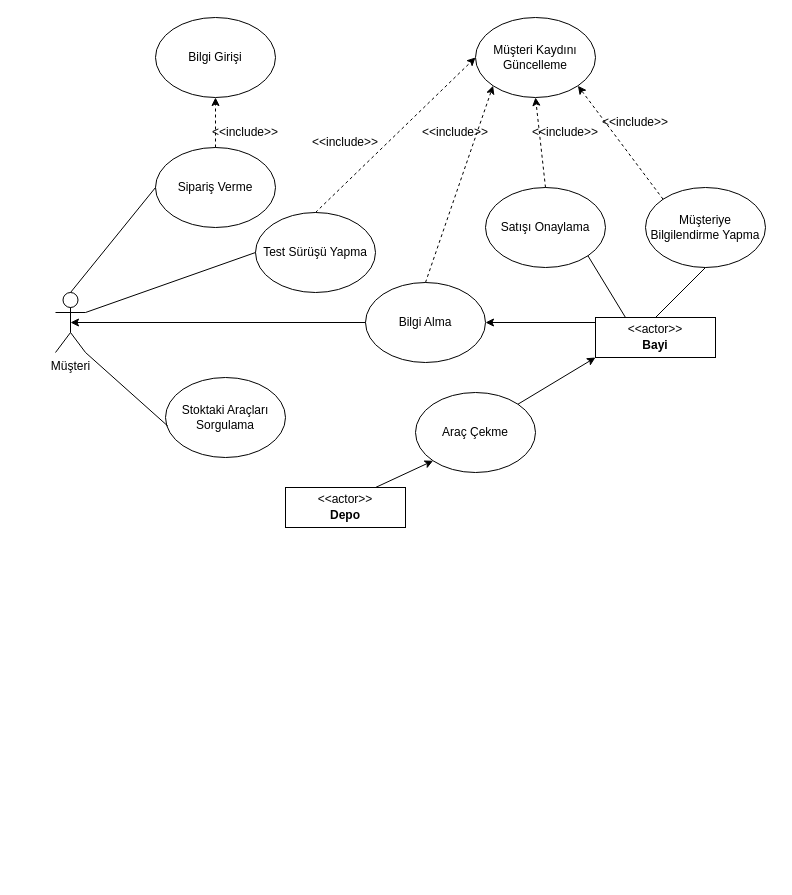
This is diagrams/kullanim_senaryo.drawio from Ahmet-MahirDEMIRELLI/Birinci_El_Arac_Satis_Bilgi_Sistemi, a draw.io file, before an edit. Source tidied: cells renumbered, new cells numbered last; positions are measured from the earlier drawing's top-left corner, leaving out a move shared by most shapes. Both pictures are drawn from the tidied source at 100%, with x=0, y=0 at pixel (55, 17).
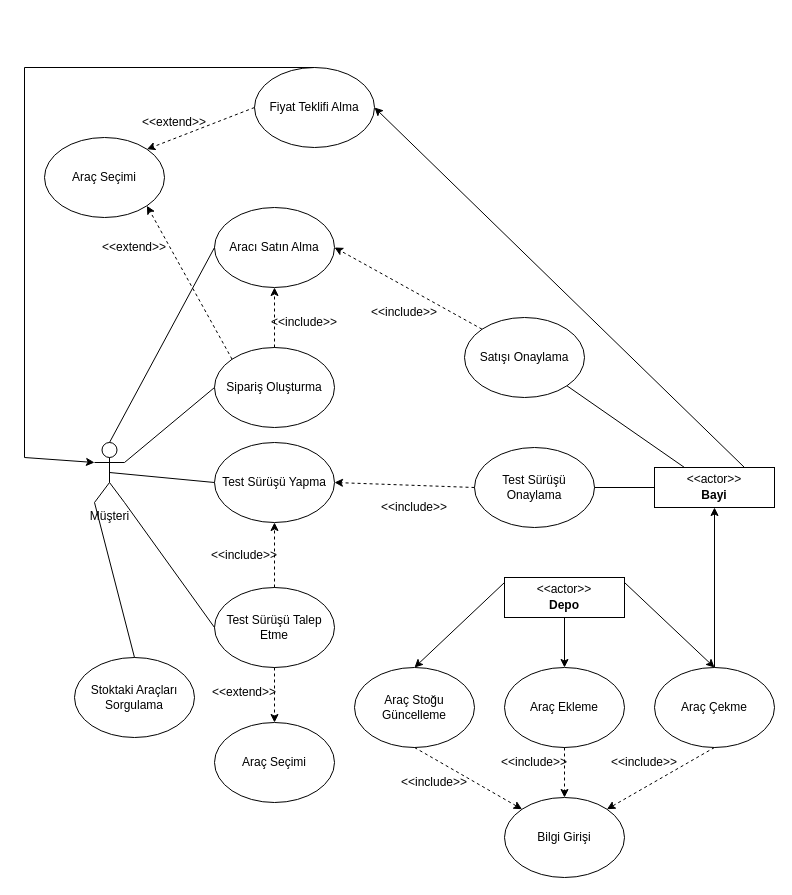
Above is the later version.

The change refers to these unchanged cells:
```xml
<mxCell id="32" value="&amp;lt;&amp;lt;actor&amp;gt;&amp;gt;" style="html=1;align=center;spacing=0;verticalAlign=middle;strokeColor=none;fillColor=none;whiteSpace=wrap;spacingTop=3;" parent="31" vertex="1">
  <mxGeometry width="120" height="20" as="geometry" />
</mxCell>
<mxCell id="33" value="Bayi" style="html=1;align=center;spacing=0;verticalAlign=middle;strokeColor=none;fillColor=none;whiteSpace=wrap;spacingBottom=4;fontStyle=1;" parent="31" vertex="1">
  <mxGeometry y="20" width="120" height="20" as="geometry" />
</mxCell>
<mxCell id="35" value="&amp;lt;&amp;lt;actor&amp;gt;&amp;gt;" style="html=1;align=center;spacing=0;verticalAlign=middle;strokeColor=none;fillColor=none;whiteSpace=wrap;spacingTop=3;" parent="34" vertex="1">
  <mxGeometry width="120" height="20" as="geometry" />
</mxCell>
<mxCell id="36" value="Depo" style="html=1;align=center;spacing=0;verticalAlign=middle;strokeColor=none;fillColor=none;whiteSpace=wrap;spacingBottom=4;fontStyle=1;" parent="34" vertex="1">
  <mxGeometry y="20" width="120" height="20" as="geometry" />
</mxCell>
```

Diff of the diagram source:
```diff
@@
     <mxCell id="2" value="Müşteri" style="shape=umlActor;verticalLabelPosition=bottom;verticalAlign=top;html=1;outlineConnect=0;textShadow=0;" parent="1" vertex="1">
-      <mxGeometry y="275" width="30" height="60" as="geometry" />
+      <mxGeometry x="39" y="425" width="30" height="60" as="geometry" />
     </mxCell>
     <mxCell id="3" value="Stoktaki Araçları Sorgulama" style="ellipse;whiteSpace=wrap;html=1;" parent="1" vertex="1">
-      <mxGeometry x="110" y="360" width="120" height="80" as="geometry" />
+      <mxGeometry x="19" y="640" width="120" height="80" as="geometry" />
     </mxCell>
-    <mxCell id="4" value="Sipariş Verme" style="ellipse;whiteSpace=wrap;html=1;" parent="1" vertex="1">
-      <mxGeometry x="100" y="130" width="120" height="80" as="geometry" />
+    <mxCell id="4" value="Sipariş Oluşturma" style="ellipse;whiteSpace=wrap;html=1;" parent="1" vertex="1">
+      <mxGeometry x="159" y="330" width="120" height="80" as="geometry" />
     </mxCell>
     <mxCell id="5" value="Araç Çekme" style="ellipse;whiteSpace=wrap;html=1;" parent="1" vertex="1">
-      <mxGeometry x="360" y="375" width="120" height="80" as="geometry" />
+      <mxGeometry x="599" y="650" width="120" height="80" as="geometry" />
     </mxCell>
-    <mxCell id="6" style="endArrow=classic;html=1;rounded=0;exitX=0.75;exitY=0;exitDx=0;exitDy=0;entryX=0;entryY=1;entryDx=0;entryDy=0;" parent="1" edge="1" source="35" target="5">
+    <mxCell id="6" style="endArrow=classic;html=1;rounded=0;exitX=1;exitY=0.25;exitDx=0;exitDy=0;entryX=0.5;entryY=0;entryDx=0;entryDy=0;" parent="1" edge="1" source="35" target="5">
       <mxGeometry relative="1" as="geometry" />
     </mxCell>
-    <mxCell id="7" style="endArrow=classic;html=1;rounded=0;exitX=1;exitY=0;exitDx=0;exitDy=0;entryX=0;entryY=1;entryDx=0;entryDy=0;" parent="1" edge="1" source="5" target="33">
+    <mxCell id="7" style="endArrow=classic;html=1;rounded=0;exitX=0.5;exitY=0;exitDx=0;exitDy=0;entryX=0.5;entryY=1;entryDx=0;entryDy=0;" parent="1" edge="1" source="5" target="33">
       <mxGeometry relative="1" as="geometry" />
     </mxCell>
-    <mxCell id="8" value="Müşteriye Bilgilendirme Yapma" style="ellipse;whiteSpace=wrap;html=1;" parent="1" vertex="1">
-      <mxGeometry x="590" y="170" width="120" height="80" as="geometry" />
-    </mxCell>
-    <mxCell id="9" style="endArrow=none;html=1;rounded=0;entryX=0.5;entryY=0;entryDx=0;entryDy=0;exitX=0.5;exitY=1;exitDx=0;exitDy=0;" parent="1" edge="1" source="8" target="32">
-      <mxGeometry relative="1" as="geometry" />
-    </mxCell>
-    <mxCell id="10" style="endArrow=none;html=1;rounded=0;exitX=1;exitY=1;exitDx=0;exitDy=0;exitPerimeter=0;entryX=0.02;entryY=0.608;entryDx=0;entryDy=0;entryPerimeter=0;" parent="1" edge="1" source="2" target="3">
+    <mxCell id="10" style="endArrow=none;html=1;rounded=0;exitX=0;exitY=1;exitDx=0;exitDy=0;exitPerimeter=0;entryX=0.5;entryY=0;entryDx=0;entryDy=0;" parent="1" edge="1" source="2" target="3">
       <mxGeometry relative="1" as="geometry" />
     </mxCell>
-    <mxCell id="11" style="endArrow=none;html=1;rounded=0;exitX=0.5;exitY=0;exitDx=0;exitDy=0;exitPerimeter=0;entryX=0;entryY=0.5;entryDx=0;entryDy=0;" parent="1" edge="1" source="2" target="4">
+    <mxCell id="11" style="endArrow=none;html=1;rounded=0;exitX=1;exitY=0.3333333333333333;exitDx=0;exitDy=0;exitPerimeter=0;entryX=0;entryY=0.5;entryDx=0;entryDy=0;" parent="1" edge="1" source="2" target="4">
       <mxGeometry relative="1" as="geometry" />
     </mxCell>
-    <mxCell id="12" value="Bilgi Alma" style="ellipse;whiteSpace=wrap;html=1;" parent="1" vertex="1">
-      <mxGeometry x="310" y="265" width="120" height="80" as="geometry" />
-    </mxCell>
-    <mxCell id="13" style="endArrow=classic;html=1;rounded=0;exitX=0;exitY=0.25;exitDx=0;exitDy=0;entryX=1;entryY=0.5;entryDx=0;entryDy=0;" parent="1" edge="1" source="32" target="12">
-      <mxGeometry relative="1" as="geometry" />
-    </mxCell>
-    <mxCell id="14" style="endArrow=classic;html=1;rounded=0;exitX=0;exitY=0.5;exitDx=0;exitDy=0;entryX=0.5;entryY=0.5;entryDx=0;entryDy=0;entryPerimeter=0;" parent="1" edge="1" source="12" target="2">
-      <mxGeometry relative="1" as="geometry" />
-    </mxCell>
     <mxCell id="15" value="Test Sürüşü Yapma" style="ellipse;whiteSpace=wrap;html=1;" parent="1" vertex="1">
-      <mxGeometry x="200" y="195" width="120" height="80" as="geometry" />
+      <mxGeometry x="159" y="425" width="120" height="80" as="geometry" />
     </mxCell>
-    <mxCell id="16" value="Müşteri Kaydını Güncelleme" style="ellipse;whiteSpace=wrap;html=1;" parent="1" vertex="1">
-      <mxGeometry x="420" width="120" height="80" as="geometry" />
-    </mxCell>
-    <mxCell id="17" style="endArrow=none;html=1;rounded=0;exitX=1;exitY=0.3333333333333333;exitDx=0;exitDy=0;exitPerimeter=0;entryX=0;entryY=0.5;entryDx=0;entryDy=0;" parent="1" edge="1" source="2" target="15">
+    <mxCell id="17" style="endArrow=none;html=1;rounded=0;exitX=0.5;exitY=0.5;exitDx=0;exitDy=0;exitPerimeter=0;entryX=0;entryY=0.5;entryDx=0;entryDy=0;" parent="1" edge="1" source="2" target="15">
       <mxGeometry relative="1" as="geometry" />
     </mxCell>
-    <mxCell id="18" value="Bilgi Girişi" style="ellipse;whiteSpace=wrap;html=1;" parent="1" vertex="1">
-      <mxGeometry x="100" width="120" height="80" as="geometry" />
-    </mxCell>
-    <mxCell id="19" value="&amp;lt;&amp;lt;include&amp;gt;&amp;gt;" style="text;html=1;align=center;verticalAlign=middle;whiteSpace=wrap;rounded=0;" parent="1" vertex="1">
-      <mxGeometry x="160" y="100" width="60" height="30" as="geometry" />
-    </mxCell>
     <mxCell id="20" value="Satışı Onaylama" style="ellipse;whiteSpace=wrap;html=1;" parent="1" vertex="1">
-      <mxGeometry x="430" y="170" width="120" height="80" as="geometry" />
+      <mxGeometry x="409" y="300" width="120" height="80" as="geometry" />
     </mxCell>
@@
-    <mxCell id="22" style="html=1;labelBackgroundColor=#ffffff;startArrow=none;startFill=0;startSize=6;endArrow=classic;endFill=1;endSize=6;jettySize=auto;strokeWidth=1;dashed=1;fontSize=14;rounded=0;exitX=0.5;exitY=0;exitDx=0;exitDy=0;entryX=0.5;entryY=1;entryDx=0;entryDy=0;" parent="1" edge="1" source="4" target="18">
-      <mxGeometry relative="1" as="geometry" />
-    </mxCell>
-    <mxCell id="23" style="html=1;labelBackgroundColor=#ffffff;startArrow=none;startFill=0;startSize=6;endArrow=classic;endFill=1;endSize=6;jettySize=auto;strokeWidth=1;dashed=1;fontSize=14;rounded=0;exitX=0.5;exitY=0;exitDx=0;exitDy=0;entryX=0;entryY=1;entryDx=0;entryDy=0;" parent="1" edge="1" source="12" target="16">
-      <mxGeometry relative="1" as="geometry" />
-    </mxCell>
-    <mxCell id="24" style="html=1;labelBackgroundColor=#ffffff;startArrow=none;startFill=0;startSize=6;endArrow=classic;endFill=1;endSize=6;jettySize=auto;strokeWidth=1;dashed=1;fontSize=14;rounded=0;exitX=0.5;exitY=0;exitDx=0;exitDy=0;entryX=0.5;entryY=1;entryDx=0;entryDy=0;" parent="1" edge="1" source="20" target="16">
-      <mxGeometry relative="1" as="geometry" />
-    </mxCell>
-    <mxCell id="25" style="html=1;labelBackgroundColor=#ffffff;startArrow=none;startFill=0;startSize=6;endArrow=classic;endFill=1;endSize=6;jettySize=auto;strokeWidth=1;dashed=1;fontSize=14;rounded=0;exitX=0;exitY=0;exitDx=0;exitDy=0;entryX=1;entryY=1;entryDx=0;entryDy=0;" parent="1" edge="1" source="8" target="16">
-      <mxGeometry relative="1" as="geometry" />
-    </mxCell>
-    <mxCell id="26" value="&amp;lt;&amp;lt;include&amp;gt;&amp;gt;" style="text;html=1;align=center;verticalAlign=middle;whiteSpace=wrap;rounded=0;" parent="1" vertex="1">
-      <mxGeometry x="260" y="110" width="60" height="30" as="geometry" />
-    </mxCell>
-    <mxCell id="27" value="&amp;lt;&amp;lt;include&amp;gt;&amp;gt;" style="text;html=1;align=center;verticalAlign=middle;whiteSpace=wrap;rounded=0;" parent="1" vertex="1">
-      <mxGeometry x="480" y="100" width="60" height="30" as="geometry" />
-    </mxCell>
-    <mxCell id="28" value="&amp;lt;&amp;lt;include&amp;gt;&amp;gt;" style="text;html=1;align=center;verticalAlign=middle;whiteSpace=wrap;rounded=0;" parent="1" vertex="1">
-      <mxGeometry x="550" y="90" width="60" height="30" as="geometry" />
-    </mxCell>
-    <mxCell id="29" style="html=1;labelBackgroundColor=#ffffff;startArrow=none;startFill=0;startSize=6;endArrow=classic;endFill=1;endSize=6;jettySize=auto;strokeWidth=1;dashed=1;fontSize=14;rounded=0;exitX=0.5;exitY=0;exitDx=0;exitDy=0;entryX=0;entryY=0.5;entryDx=0;entryDy=0;" parent="1" edge="1" source="15" target="16">
-      <mxGeometry relative="1" as="geometry" />
-    </mxCell>
-    <mxCell id="30" value="&amp;lt;&amp;lt;include&amp;gt;&amp;gt;" style="text;html=1;align=center;verticalAlign=middle;whiteSpace=wrap;rounded=0;" parent="1" vertex="1">
-      <mxGeometry x="370" y="100" width="60" height="30" as="geometry" />
-    </mxCell>
     <mxCell id="31" style="fontStyle=1;align=center;verticalAlign=middle;horizontal=1;" parent="1" vertex="1">
-      <mxGeometry x="540" y="300" width="120" height="40" as="geometry" />
+      <mxGeometry x="599" y="450" width="120" height="40" as="geometry" />
     </mxCell>
@@
     <mxCell id="34" style="fontStyle=1;align=center;verticalAlign=middle;horizontal=1;" parent="1" vertex="1">
-      <mxGeometry x="230" y="470" width="120" height="40" as="geometry" />
+      <mxGeometry x="449" y="560" width="120" height="40" as="geometry" />
     </mxCell>
@@
+    <mxCell id="37" value="Araç Ekleme" style="ellipse;whiteSpace=wrap;html=1;" parent="1" vertex="1">
+      <mxGeometry x="449" y="650" width="120" height="80" as="geometry" />
+    </mxCell>
+    <mxCell id="38" value="Araç Stoğu Güncelleme" style="ellipse;whiteSpace=wrap;html=1;" parent="1" vertex="1">
+      <mxGeometry x="299" y="650" width="120" height="80" as="geometry" />
+    </mxCell>
+    <mxCell id="39" style="endArrow=classic;html=1;rounded=0;exitX=0.5;exitY=1;exitDx=0;exitDy=0;entryX=0.5;entryY=0;entryDx=0;entryDy=0;" parent="1" edge="1" source="36" target="37">
+      <mxGeometry relative="1" as="geometry" />
+    </mxCell>
+    <mxCell id="40" style="endArrow=classic;html=1;rounded=0;exitX=0;exitY=0.25;exitDx=0;exitDy=0;entryX=0.5;entryY=0;entryDx=0;entryDy=0;" parent="1" edge="1" source="35">
+      <mxGeometry relative="1" as="geometry">
+        <mxPoint x="359" y="650" as="targetPoint" />
+      </mxGeometry>
+    </mxCell>
+    <mxCell id="41" value="Test Sürüşü Talep Etme" style="ellipse;whiteSpace=wrap;html=1;" parent="1" vertex="1">
+      <mxGeometry x="159" y="570" width="120" height="80" as="geometry" />
+    </mxCell>
+    <mxCell id="42" value="Test Sürüşü Onaylama" style="ellipse;whiteSpace=wrap;html=1;" parent="1" vertex="1">
+      <mxGeometry x="419" y="430" width="120" height="80" as="geometry" />
+    </mxCell>
+    <mxCell id="43" style="endArrow=none;html=1;rounded=0;exitX=1;exitY=1;exitDx=0;exitDy=0;exitPerimeter=0;entryX=0;entryY=0.5;entryDx=0;entryDy=0;" parent="1" edge="1" source="2" target="41">
+      <mxGeometry relative="1" as="geometry" />
+    </mxCell>
+    <mxCell id="44" style="html=1;labelBackgroundColor=#ffffff;startArrow=none;startFill=0;startSize=6;endArrow=classic;endFill=1;endSize=6;jettySize=auto;strokeWidth=1;dashed=1;fontSize=14;rounded=0;exitX=0.5;exitY=0;exitDx=0;exitDy=0;entryX=0.5;entryY=1;entryDx=0;entryDy=0;" parent="1" edge="1" source="41" target="15">
+      <mxGeometry relative="1" as="geometry" />
+    </mxCell>
+    <mxCell id="45" value="&amp;lt;&amp;lt;include&amp;gt;&amp;gt;" style="text;html=1;align=center;verticalAlign=middle;whiteSpace=wrap;rounded=0;" parent="1" vertex="1">
+      <mxGeometry x="159" y="520" width="60" height="35" as="geometry" />
+    </mxCell>
+    <mxCell id="46" style="html=1;labelBackgroundColor=#ffffff;startArrow=none;startFill=0;startSize=6;endArrow=classic;endFill=1;endSize=6;jettySize=auto;strokeWidth=1;dashed=1;fontSize=14;rounded=0;exitX=0;exitY=0.5;exitDx=0;exitDy=0;entryX=1;entryY=0.5;entryDx=0;entryDy=0;" parent="1" edge="1" source="42" target="15">
+      <mxGeometry relative="1" as="geometry" />
+    </mxCell>
+    <mxCell id="47" value="&amp;lt;&amp;lt;include&amp;gt;&amp;gt;" style="text;html=1;align=center;verticalAlign=middle;whiteSpace=wrap;rounded=0;" parent="1" vertex="1">
+      <mxGeometry x="329" y="475" width="60" height="30" as="geometry" />
+    </mxCell>
+    <mxCell id="48" style="endArrow=none;html=1;rounded=0;exitX=0;exitY=0;exitDx=0;exitDy=0;entryX=1;entryY=0.5;entryDx=0;entryDy=0;" parent="1" edge="1" source="33" target="42">
+      <mxGeometry relative="1" as="geometry" />
+    </mxCell>
+    <mxCell id="49" value="Aracı Satın Alma" style="ellipse;whiteSpace=wrap;html=1;" parent="1" vertex="1">
+      <mxGeometry x="159" y="190" width="120" height="80" as="geometry" />
+    </mxCell>
+    <mxCell id="50" style="endArrow=none;html=1;rounded=0;exitX=0.5;exitY=0;exitDx=0;exitDy=0;exitPerimeter=0;entryX=0;entryY=0.5;entryDx=0;entryDy=0;" parent="1" edge="1" source="2" target="49">
+      <mxGeometry relative="1" as="geometry" />
+    </mxCell>
+    <mxCell id="51" style="html=1;labelBackgroundColor=#ffffff;startArrow=none;startFill=0;startSize=6;endArrow=classic;endFill=1;endSize=6;jettySize=auto;strokeWidth=1;dashed=1;fontSize=14;rounded=0;entryX=1;entryY=0.5;entryDx=0;entryDy=0;exitX=0;exitY=0;exitDx=0;exitDy=0;" parent="1" edge="1" source="20" target="49">
+      <mxGeometry relative="1" as="geometry" />
+    </mxCell>
+    <mxCell id="52" style="html=1;labelBackgroundColor=#ffffff;startArrow=none;startFill=0;startSize=6;endArrow=classic;endFill=1;endSize=6;jettySize=auto;strokeWidth=1;dashed=1;fontSize=14;rounded=0;exitX=0.5;exitY=0;exitDx=0;exitDy=0;entryX=0.5;entryY=1;entryDx=0;entryDy=0;" parent="1" edge="1" source="4" target="49">
+      <mxGeometry relative="1" as="geometry" />
+    </mxCell>
+    <mxCell id="53" value="&amp;lt;&amp;lt;include&amp;gt;&amp;gt;" style="text;html=1;align=center;verticalAlign=middle;whiteSpace=wrap;rounded=0;" parent="1" vertex="1">
+      <mxGeometry x="219" y="290" width="60" height="30" as="geometry" />
+    </mxCell>
+    <mxCell id="54" value="&amp;lt;&amp;lt;include&amp;gt;&amp;gt;" style="text;html=1;align=center;verticalAlign=middle;whiteSpace=wrap;rounded=0;" parent="1" vertex="1">
+      <mxGeometry x="319" y="280" width="60" height="30" as="geometry" />
+    </mxCell>
+    <mxCell id="55" value="Araç Seçimi" style="ellipse;whiteSpace=wrap;html=1;" parent="1" vertex="1">
+      <mxGeometry x="159" y="705" width="120" height="80" as="geometry" />
+    </mxCell>
+    <mxCell id="56" style="html=1;labelBackgroundColor=#ffffff;startArrow=none;startFill=0;startSize=6;endArrow=classic;endFill=1;endSize=6;jettySize=auto;strokeWidth=1;dashed=1;fontSize=14;rounded=0;exitX=0.5;exitY=1;exitDx=0;exitDy=0;entryX=0.5;entryY=0;entryDx=0;entryDy=0;" parent="1" edge="1" source="41" target="55">
+      <mxGeometry relative="1" as="geometry" />
+    </mxCell>
+    <mxCell id="57" value="&amp;lt;&amp;lt;extend&amp;gt;&amp;gt;" style="text;html=1;align=center;verticalAlign=middle;whiteSpace=wrap;rounded=0;" parent="1" vertex="1">
+      <mxGeometry x="159" y="660" width="60" height="30" as="geometry" />
+    </mxCell>
+    <mxCell id="58" value="Araç Seçimi" style="ellipse;whiteSpace=wrap;html=1;" parent="1" vertex="1">
+      <mxGeometry x="-11" y="120" width="120" height="80" as="geometry" />
+    </mxCell>
+    <mxCell id="59" value="&amp;lt;&amp;lt;extend&amp;gt;&amp;gt;" style="text;html=1;align=center;verticalAlign=middle;whiteSpace=wrap;rounded=0;" parent="1" vertex="1">
+      <mxGeometry x="49" y="215" width="60" height="30" as="geometry" />
+    </mxCell>
+    <mxCell id="60" style="html=1;labelBackgroundColor=#ffffff;startArrow=none;startFill=0;startSize=6;endArrow=classic;endFill=1;endSize=6;jettySize=auto;strokeWidth=1;dashed=1;fontSize=14;rounded=0;exitX=0;exitY=0;exitDx=0;exitDy=0;entryX=1;entryY=1;entryDx=0;entryDy=0;" parent="1" edge="1" source="4" target="58">
+      <mxGeometry relative="1" as="geometry" />
+    </mxCell>
+    <mxCell id="18" value="Bilgi Girişi" style="ellipse;whiteSpace=wrap;html=1;" parent="1" vertex="1">
+      <mxGeometry x="449" y="780" width="120" height="80" as="geometry" />
+    </mxCell>
+    <mxCell id="61" style="html=1;labelBackgroundColor=#ffffff;startArrow=none;startFill=0;startSize=6;endArrow=classic;endFill=1;endSize=6;jettySize=auto;strokeWidth=1;dashed=1;fontSize=14;rounded=0;exitX=0.5;exitY=1;exitDx=0;exitDy=0;entryX=0;entryY=0;entryDx=0;entryDy=0;" parent="1" edge="1" target="18">
+      <mxGeometry relative="1" as="geometry">
+        <mxPoint x="359" y="730" as="sourcePoint" />
+      </mxGeometry>
+    </mxCell>
+    <mxCell id="62" style="html=1;labelBackgroundColor=#ffffff;startArrow=none;startFill=0;startSize=6;endArrow=classic;endFill=1;endSize=6;jettySize=auto;strokeWidth=1;dashed=1;fontSize=14;rounded=0;exitX=0.5;exitY=1;exitDx=0;exitDy=0;entryX=0.5;entryY=0;entryDx=0;entryDy=0;" parent="1" edge="1" source="37" target="18">
+      <mxGeometry relative="1" as="geometry" />
+    </mxCell>
+    <mxCell id="63" style="html=1;labelBackgroundColor=#ffffff;startArrow=none;startFill=0;startSize=6;endArrow=classic;endFill=1;endSize=6;jettySize=auto;strokeWidth=1;dashed=1;fontSize=14;rounded=0;exitX=0.5;exitY=1;exitDx=0;exitDy=0;entryX=1;entryY=0;entryDx=0;entryDy=0;" parent="1" edge="1" source="5" target="18">
+      <mxGeometry relative="1" as="geometry" />
+    </mxCell>
+    <mxCell id="64" value="&amp;lt;&amp;lt;include&amp;gt;&amp;gt;" style="text;html=1;align=center;verticalAlign=middle;whiteSpace=wrap;rounded=0;" parent="1" vertex="1">
+      <mxGeometry x="349" y="750" width="60" height="30" as="geometry" />
+    </mxCell>
+    <mxCell id="65" value="&amp;lt;&amp;lt;include&amp;gt;&amp;gt;" style="text;html=1;align=center;verticalAlign=middle;whiteSpace=wrap;rounded=0;" parent="1" vertex="1">
+      <mxGeometry x="449" y="730" width="60" height="30" as="geometry" />
+    </mxCell>
+    <mxCell id="66" value="&amp;lt;&amp;lt;include&amp;gt;&amp;gt;" style="text;html=1;align=center;verticalAlign=middle;whiteSpace=wrap;rounded=0;" parent="1" vertex="1">
+      <mxGeometry x="559" y="730" width="60" height="30" as="geometry" />
+    </mxCell>
+    <mxCell id="67" value="Fiyat Teklifi Alma" style="ellipse;whiteSpace=wrap;html=1;" parent="1" vertex="1">
+      <mxGeometry x="199" y="50" width="120" height="80" as="geometry" />
+    </mxCell>
+    <mxCell id="68" style="html=1;labelBackgroundColor=#ffffff;startArrow=none;startFill=0;startSize=6;endArrow=classic;endFill=1;endSize=6;jettySize=auto;strokeWidth=1;dashed=1;fontSize=14;rounded=0;exitX=0;exitY=0.5;exitDx=0;exitDy=0;entryX=1;entryY=0;entryDx=0;entryDy=0;" parent="1" edge="1" source="67" target="58">
+      <mxGeometry relative="1" as="geometry" />
+    </mxCell>
+    <mxCell id="69" value="&amp;lt;&amp;lt;extend&amp;gt;&amp;gt;" style="text;html=1;align=center;verticalAlign=middle;whiteSpace=wrap;rounded=0;" parent="1" vertex="1">
+      <mxGeometry x="89" y="90" width="60" height="30" as="geometry" />
+    </mxCell>
+    <mxCell id="70" style="endArrow=classic;html=1;rounded=0;exitX=0.75;exitY=0;exitDx=0;exitDy=0;entryX=1;entryY=0.5;entryDx=0;entryDy=0;" parent="1" edge="1" source="32" target="67">
+      <mxGeometry relative="1" as="geometry" />
+    </mxCell>
+    <mxCell id="71" style="endArrow=classic;html=1;rounded=0;exitX=0.5;exitY=0;exitDx=0;exitDy=0;entryX=0;entryY=0.3333333333333333;entryDx=0;entryDy=0;entryPerimeter=0;" parent="1" edge="1" source="67" target="2">
+      <mxGeometry relative="1" as="geometry">
+        <Array as="points">
+          <mxPoint x="-31" y="50" />
+          <mxPoint x="-31" y="440" />
+        </Array>
+      </mxGeometry>
+    </mxCell>
```
